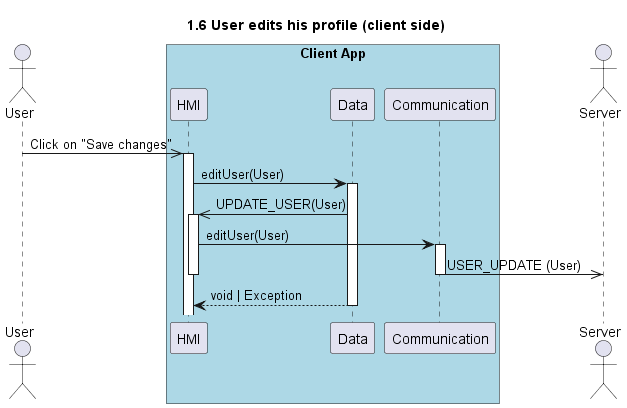
Above: website/images/sequence/1.6 User edits his profile (client side).png in UTCAI12/Diagrams (PlantUML), before the change. The source it was exported from:
```plantuml
@startuml 1.6 User edits his profile (client side)
title 1.6 User edits his profile (client side)

actor "User" as user
box "Client App" #LightBlue
    participant "HMI" as hmi
    participant "Data" as data
    participant "Communication" as com
end box
actor "Server" as server

user ->> hmi++: Click on "Save changes"
hmi->data++: editUser(User)
data->>hmi++: UPDATE_USER(User)
hmi->com++: editUser(User)
com->>server: USER_UPDATE (User)
deactivate hmi
deactivate com
return void | Exception
@enduml
```
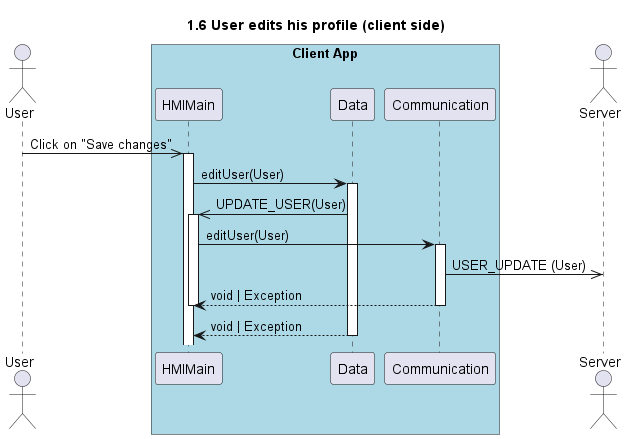
After the change.

Diff of the diagram source:
```diff
@@ -3,7 +3,7 @@
 
 actor "User" as user
 box "Client App" #LightBlue
-    participant "HMI" as hmi
+    participant "HMIMain" as hmi
     participant "Data" as data
     participant "Communication" as com
 end box
@@ -14,6 +14,7 @@
 data->>hmi++: UPDATE_USER(User)
 hmi->com++: editUser(User)
 com->>server: USER_UPDATE (User)
+com-->hmi: void | Exception
 deactivate hmi
 deactivate com
 return void | Exception
```
